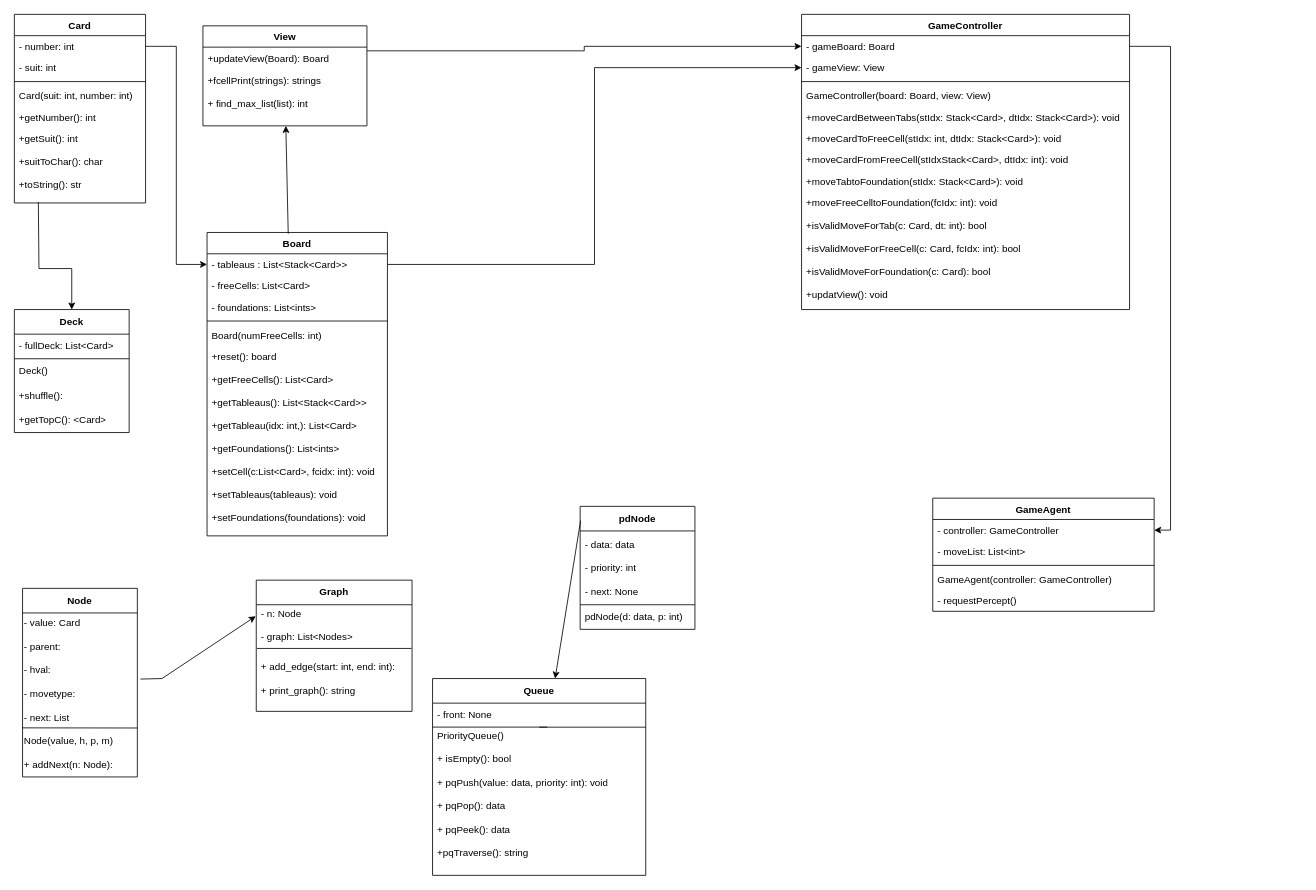
tone-man/hancockcraveirocanfield_3335_project1 keeps this draw.io diagram as diagrams/CSC3335_Project1(2_6_23).drawio. Above is the earlier version. Source tidied: cells renumbered, new cells numbered last; positions are measured from the earlier drawing's top-left corner, leaving out a move shared by most shapes. Both pictures are drawn from the tidied source at 82%, with x=0, y=0 at pixel (14, 14).
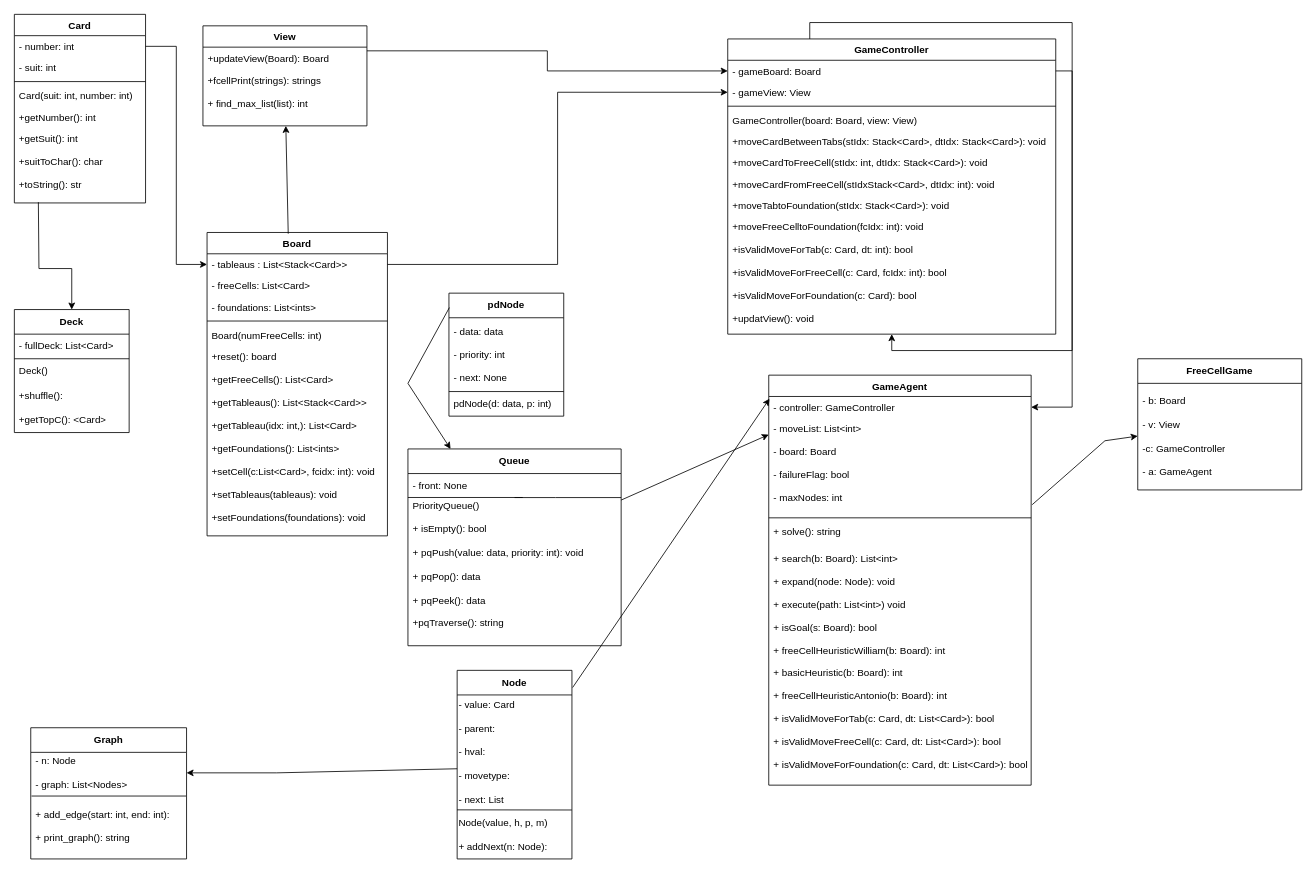
The same diagram, later.

Commit message (it also covers changes not shown here):
Finished the UML Diagram

added the Game agent and Free Cell Classes

The change refers to these unchanged cells:
```xml
<mxCell id="46" value="- value: Card&amp;nbsp;&lt;br&gt;&lt;br&gt;- parent:&lt;br&gt;&lt;br&gt;- hval:&lt;br&gt;&lt;br&gt;- movetype:&lt;br&gt;&lt;br&gt;- next: List" style="text;html=1;align=left;verticalAlign=middle;points=[];strokeColor=none;fillColor=none;" parent="45" vertex="1">
  <mxGeometry y="30" width="140" height="140" as="geometry" />
</mxCell>
<mxCell id="50" value="- n: Node&lt;br&gt;&lt;br&gt;- graph: List&amp;lt;Nodes&amp;gt;" style="text;strokeColor=none;fillColor=none;align=left;verticalAlign=middle;spacingLeft=4;spacingRight=4;overflow=hidden;points=[[0,0.5],[1,0.5]];portConstraint=eastwest;whiteSpace=wrap;html=1;" parent="49" vertex="1">
  <mxGeometry y="30" width="190" height="50" as="geometry" />
</mxCell>
```

What changed in the source:
```diff
@@
     <mxCell id="17" value="GameController" style="swimlane;fontStyle=1;align=center;verticalAlign=top;horizontal=1;startSize=26;" parent="1" vertex="1">
-      <mxGeometry x="960" width="400" height="360" as="geometry" />
+      <mxGeometry x="870" y="30" width="400" height="360" as="geometry" />
     </mxCell>
@@
     <mxCell id="31" value="GameAgent" style="swimlane;fontStyle=1;align=center;verticalAlign=top;horizontal=1;startSize=26;" parent="1" vertex="1">
-      <mxGeometry x="1120" y="590" width="270" height="138" as="geometry" />
+      <mxGeometry x="920" y="440" width="320" height="500" as="geometry" />
     </mxCell>
-    <mxCell id="32" value="- controller: GameController" style="text;strokeColor=none;fillColor=none;align=left;verticalAlign=top;spacingLeft=4;spacingRight=4;overflow=hidden;points=[[0,0.5],[1,0.5]];portConstraint=eastwest;" parent="31" vertex="1">
-      <mxGeometry y="26" width="270" height="26" as="geometry" />
+    <mxCell id="32" value="- controller: GameController&#10;&#10;" style="text;strokeColor=none;fillColor=none;align=left;verticalAlign=top;spacingLeft=4;spacingRight=4;overflow=hidden;points=[[0,0.5],[1,0.5]];portConstraint=eastwest;" parent="31" vertex="1">
+      <mxGeometry y="26" width="320" height="26" as="geometry" />
     </mxCell>
-    <mxCell id="33" value="- moveList: List&lt;int&gt;" style="text;strokeColor=none;fillColor=none;align=left;verticalAlign=top;spacingLeft=4;spacingRight=4;overflow=hidden;points=[[0,0.5],[1,0.5]];portConstraint=eastwest;" parent="31" vertex="1">
-      <mxGeometry y="52" width="270" height="26" as="geometry" />
+    <mxCell id="33" value="- moveList: List&lt;int&gt;&#10;&#10;- board: Board&#10;&#10;- failureFlag: bool&#10;&#10;- maxNodes: int" style="text;strokeColor=none;fillColor=none;align=left;verticalAlign=top;spacingLeft=4;spacingRight=4;overflow=hidden;points=[[0,0.5],[1,0.5]];portConstraint=eastwest;" parent="31" vertex="1">
+      <mxGeometry y="52" width="320" height="118" as="geometry" />
     </mxCell>
     <mxCell id="34" style="line;strokeWidth=1;fillColor=none;align=left;verticalAlign=middle;spacingTop=-1;spacingLeft=3;spacingRight=3;labelPosition=right;strokeColor=inherit;" parent="31" vertex="1">
-      <mxGeometry y="78" width="270" height="8" as="geometry" />
+      <mxGeometry y="170" width="320" height="8" as="geometry" />
     </mxCell>
+    <mxCell id="36" value="+ solve(): string&#10;" style="text;strokeColor=none;fillColor=none;align=left;verticalAlign=top;spacingLeft=4;spacingRight=4;overflow=hidden;" parent="31" vertex="1">
+      <mxGeometry y="178" width="320" height="32" as="geometry" />
+    </mxCell>
-    <mxCell id="35" value="GameAgent(controller: GameController)" style="text;strokeColor=none;fillColor=none;align=left;verticalAlign=top;spacingLeft=4;spacingRight=4;overflow=hidden;" parent="31" vertex="1">
-      <mxGeometry y="86" width="270" height="26" as="geometry" />
+    <mxCell id="35" value="+ search(b: Board): List&lt;int&gt;&#10;&#10;+ expand(node: Node): void &#10;&#10;+ execute(path: List&lt;int&gt;) void&#10;&#10;+ isGoal(s: Board): bool&#10;&#10;+ freeCellHeuristicWilliam(b: Board): int&#10;&#10;+ basicHeuristic(b: Board): int&#10;&#10;+ freeCellHeuristicAntonio(b: Board): int&#10;&#10;+ isValidMoveForTab(c: Card, dt: List&lt;Card&gt;): bool&#10;&#10;+ isValidMoveFreeCell(c: Card, dt: List&lt;Card&gt;): bool&#10;&#10;+ isValidMoveForFoundation(c: Card, dt: List&lt;Card&gt;): bool&#10; " style="text;strokeColor=none;fillColor=none;align=left;verticalAlign=top;spacingLeft=4;spacingRight=4;overflow=hidden;" parent="31" vertex="1">
+      <mxGeometry y="210" width="320" height="290" as="geometry" />
     </mxCell>
-    <mxCell id="36" value="- requestPercept()" style="text;strokeColor=none;fillColor=none;align=left;verticalAlign=top;spacingLeft=4;spacingRight=4;overflow=hidden;" parent="31" vertex="1">
-      <mxGeometry y="112" width="270" height="26" as="geometry" />
-    </mxCell>
@@
     <mxCell id="45" value="&lt;b&gt;Node&lt;/b&gt;" style="swimlane;fontStyle=0;horizontal=1;startSize=30;whiteSpace=wrap;html=1;" parent="1" vertex="1">
-      <mxGeometry x="10" y="700" width="140" height="230" as="geometry" />
+      <mxGeometry x="540" y="800" width="140" height="230" as="geometry" />
     </mxCell>
@@
     <mxCell id="49" value="&lt;b&gt;Graph&lt;/b&gt;" style="swimlane;fontStyle=0;horizontal=1;startSize=30;whiteSpace=wrap;html=1;" parent="1" vertex="1">
-      <mxGeometry x="295" y="690" width="190" height="160" as="geometry" />
+      <mxGeometry x="20" y="870" width="190" height="160" as="geometry" />
     </mxCell>
@@
     <mxCell id="53" value="&lt;b&gt;Queue&lt;/b&gt;" style="swimlane;fontStyle=0;horizontal=1;startSize=30;whiteSpace=wrap;html=1;" parent="1" vertex="1">
-      <mxGeometry x="510" y="810" width="260" height="240" as="geometry" />
+      <mxGeometry x="480" y="530" width="260" height="240" as="geometry" />
     </mxCell>
@@
-    <mxCell id="59" style="endArrow=classic;html=1;rounded=0;entryX=-0.003;entryY=0.28;entryDx=0;entryDy=0;exitX=1.027;exitY=0.576;exitDx=0;exitDy=0;exitPerimeter=0;entryPerimeter=0;" parent="1" edge="1" source="46" target="50">
+    <mxCell id="59" style="endArrow=classic;html=1;rounded=0;entryX=1;entryY=0.5;entryDx=0;entryDy=0;" parent="1" edge="1" target="50">
       <mxGeometry relative="1" as="geometry">
+        <mxPoint x="540" y="920" as="sourcePoint" />
         <Array as="points">
-          <mxPoint x="180" y="810" />
+          <mxPoint x="320" y="925" />
         </Array>
       </mxGeometry>
     </mxCell>
     <mxCell id="60" value="&lt;b&gt;pdNode&lt;/b&gt;" style="swimlane;fontStyle=0;horizontal=1;startSize=30;whiteSpace=wrap;html=1;" parent="1" vertex="1">
-      <mxGeometry x="690" y="600" width="140" height="150" as="geometry" />
+      <mxGeometry x="530" y="340" width="140" height="150" as="geometry" />
     </mxCell>
@@
     <mxCell id="64" style="endArrow=classic;html=1;rounded=0;exitX=0.004;exitY=0.117;exitDx=0;exitDy=0;exitPerimeter=0;" parent="1" edge="1" source="60" target="53">
-      <mxGeometry relative="1" as="geometry" />
+      <mxGeometry relative="1" as="geometry">
+        <Array as="points">
+          <mxPoint x="480" y="450" />
+        </Array>
+      </mxGeometry>
     </mxCell>
+    <mxCell id="65" style="endArrow=classic;html=1;rounded=0;entryX=0;entryY=0.145;entryDx=0;entryDy=0;entryPerimeter=0;" parent="1" edge="1" source="53" target="31">
+      <mxGeometry relative="1" as="geometry" />
+    </mxCell>
+    <mxCell id="66" style="endArrow=classic;html=1;rounded=0;exitX=1.006;exitY=0.091;exitDx=0;exitDy=0;exitPerimeter=0;entryX=0.003;entryY=0.104;entryDx=0;entryDy=0;entryPerimeter=0;" parent="1" edge="1" source="45" target="32">
+      <mxGeometry relative="1" as="geometry" />
+    </mxCell>
+    <mxCell id="67" style="edgeStyle=orthogonalEdgeStyle;rounded=0;orthogonalLoop=1;jettySize=auto;html=1;exitX=0.25;exitY=0;exitDx=0;exitDy=0;" parent="1" edge="1" source="17" target="17">
+      <mxGeometry relative="1" as="geometry" />
+    </mxCell>
+    <mxCell id="68" style="endArrow=classic;html=1;rounded=0;exitX=1.004;exitY=0.898;exitDx=0;exitDy=0;exitPerimeter=0;" parent="1" edge="1" source="33" target="69">
+      <mxGeometry relative="1" as="geometry">
+        <Array as="points">
+          <mxPoint x="1330" y="520" />
+        </Array>
+      </mxGeometry>
+    </mxCell>
+    <mxCell id="69" value="&lt;b&gt;FreeCellGame&lt;/b&gt;" style="swimlane;fontStyle=0;horizontal=1;startSize=30;whiteSpace=wrap;html=1;" parent="1" vertex="1">
+      <mxGeometry x="1370" y="420" width="200" height="160" as="geometry" />
+    </mxCell>
+    <mxCell id="70" value="- b: Board&lt;br&gt;&lt;br&gt;- v: View&lt;br style=&quot;border-color: var(--border-color);&quot;&gt;&lt;br style=&quot;border-color: var(--border-color);&quot;&gt;-c: GameController&lt;br style=&quot;border-color: var(--border-color);&quot;&gt;&lt;br style=&quot;border-color: var(--border-color);&quot;&gt;- a: GameAgent" style="text;strokeColor=none;fillColor=none;align=left;verticalAlign=middle;spacingLeft=4;spacingRight=4;overflow=hidden;whiteSpace=wrap;html=1;" parent="69" vertex="1">
+      <mxGeometry y="30" width="200" height="130" as="geometry" />
+    </mxCell>
```
